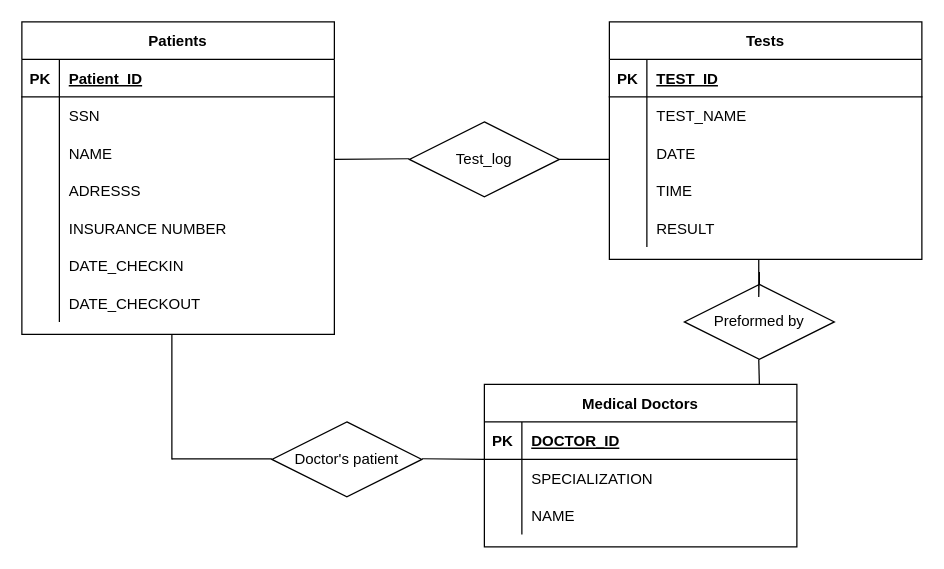
This is Untitled Diagram.drawio from angelica-martinez/Home, a draw.io file, before an edit. Source tidied: cells renumbered, new cells numbered last; positions are measured from the earlier drawing's top-left corner, leaving out a move shared by most shapes. Both pictures are drawn from the tidied source at 125%, with x=0, y=0 at pixel (21, 21).
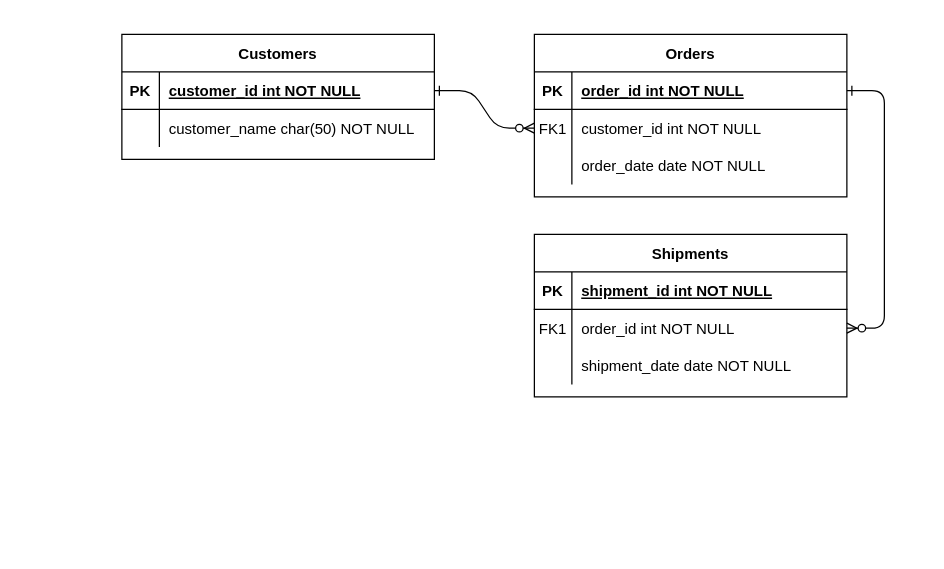
Above is the later version.

The change refers to these unchanged cells:
```xml
<mxCell id="3" style="shape=partialRectangle;fillColor=none;points=[[0,0.5],[1,0.5]];portConstraint=eastwest;top=0;left=0;right=0;bottom=1;" parent="2" vertex="1">
  <mxGeometry y="30" width="250" height="30" as="geometry" />
</mxCell>
<mxCell id="6" style="shape=partialRectangle;fillColor=none;points=[[0,0.5],[1,0.5]];portConstraint=eastwest;top=0;left=0;right=0;bottom=0;" parent="2" vertex="1">
  <mxGeometry y="60" width="250" height="30" as="geometry" />
</mxCell>
<mxCell id="9" style="shape=partialRectangle;fillColor=none;top=0;left=0;right=0;bottom=0;" parent="2" vertex="1">
  <mxGeometry y="90" width="250" height="30" as="geometry" />
</mxCell>
<mxCell id="13" style="shape=partialRectangle;fillColor=none;top=0;left=0;right=0;bottom=1;" parent="12" vertex="1">
  <mxGeometry y="30" width="250" height="30" as="geometry" />
</mxCell>
<mxCell id="16" style="shape=partialRectangle;fillColor=none;points=[[0,0.5],[1,0.5]];portConstraint=eastwest;top=0;left=0;right=0;bottom=0;" parent="12" vertex="1">
  <mxGeometry y="60" width="250" height="30" as="geometry" />
</mxCell>
<mxCell id="19" style="shape=partialRectangle;fillColor=none;top=0;left=0;right=0;bottom=0;" parent="12" vertex="1">
  <mxGeometry y="90" width="250" height="30" as="geometry" />
</mxCell>
<mxCell id="29" style="shape=partialRectangle;fillColor=none;points=[[0,0.5],[1,0.5]];portConstraint=eastwest;top=0;left=0;right=0;bottom=1;" parent="28" vertex="1">
  <mxGeometry y="30" width="250" height="30" as="geometry" />
</mxCell>
<mxCell id="32" style="shape=partialRectangle;fillColor=none;top=0;left=0;right=0;bottom=0;" parent="28" vertex="1">
  <mxGeometry y="60" width="250" height="30" as="geometry" />
</mxCell>
```

Diff of the diagram source:
```diff
@@
+    <mxCell id="60" style="edgeStyle=entityRelationEdgeStyle;endArrow=ERzeroToMany;startArrow=ERone;endFill=1;startFill=0;" parent="1" edge="1" source="29" target="6">
+      <mxGeometry relative="1" as="geometry" />
+    </mxCell>
+    <mxCell id="61" style="edgeStyle=entityRelationEdgeStyle;endArrow=ERzeroToMany;startArrow=ERone;endFill=1;startFill=0;" parent="1" edge="1" source="3" target="16">
+      <mxGeometry relative="1" as="geometry" />
+    </mxCell>
-    <mxCell id="2" value="Medical Doctors" style="shape=table;startSize=30;childLayout=tableLayout;rowLines=0;fontStyle=1;align=center;" parent="1" vertex="1">
-      <mxGeometry x="370" y="290" width="250" height="130" as="geometry" />
+    <mxCell id="2" value="Orders" style="shape=table;startSize=30;childLayout=tableLayout;rowLines=0;fontStyle=1;align=center;" parent="1" vertex="1">
+      <mxGeometry x="410" y="10" width="250" height="130" as="geometry" />
     </mxCell>
@@
-    <mxCell id="5" value="DOCTOR_ID" style="shape=partialRectangle;overflow=hidden;fillColor=none;top=0;left=0;bottom=0;right=0;align=left;spacingLeft=6;fontStyle=5;" parent="3" vertex="1">
+    <mxCell id="5" value="order_id int NOT NULL " style="shape=partialRectangle;overflow=hidden;fillColor=none;top=0;left=0;bottom=0;right=0;align=left;spacingLeft=6;fontStyle=5;" parent="3" vertex="1">
       <mxGeometry x="30" width="220" height="30" as="geometry" />
     </mxCell>
@@
-    <mxCell id="7" style="shape=partialRectangle;overflow=hidden;fillColor=none;top=0;left=0;bottom=0;right=0;" parent="6" vertex="1">
+    <mxCell id="7" value="FK1" style="shape=partialRectangle;overflow=hidden;fillColor=none;top=0;left=0;bottom=0;right=0;" parent="6" vertex="1">
       <mxGeometry width="30" height="30" as="geometry" />
     </mxCell>
-    <mxCell id="8" value="SPECIALIZATION" style="shape=partialRectangle;overflow=hidden;fillColor=none;top=0;left=0;bottom=0;right=0;align=left;spacingLeft=6;" parent="6" vertex="1">
+    <mxCell id="8" value="customer_id int NOT NULL" style="shape=partialRectangle;overflow=hidden;fillColor=none;top=0;left=0;bottom=0;right=0;align=left;spacingLeft=6;" parent="6" vertex="1">
       <mxGeometry x="30" width="220" height="30" as="geometry" />
     </mxCell>
@@
-    <mxCell id="11" value="NAME" style="shape=partialRectangle;overflow=hidden;fillColor=none;top=0;left=0;bottom=0;right=0;align=left;spacingLeft=6;" parent="9" vertex="1">
+    <mxCell id="11" value="order_date date NOT NULL" style="shape=partialRectangle;overflow=hidden;fillColor=none;top=0;left=0;bottom=0;right=0;align=left;spacingLeft=6;" parent="9" vertex="1">
       <mxGeometry x="30" width="220" height="30" as="geometry" />
     </mxCell>
-    <mxCell id="12" value="Tests" style="shape=table;startSize=30;childLayout=tableLayout;rowLines=0;fontStyle=1;align=center;" parent="1" vertex="1">
-      <mxGeometry x="470" width="250" height="190" as="geometry" />
+    <mxCell id="12" value="Shipments" style="shape=table;startSize=30;childLayout=tableLayout;rowLines=0;fontStyle=1;align=center;" parent="1" vertex="1">
+      <mxGeometry x="410" y="170" width="250" height="130" as="geometry" />
     </mxCell>
@@
-    <mxCell id="15" value="TEST_ID" style="shape=partialRectangle;overflow=hidden;fillColor=none;top=0;left=0;bottom=0;right=0;align=left;spacingLeft=6;fontStyle=5;" parent="13" vertex="1">
+    <mxCell id="15" value="shipment_id int NOT NULL " style="shape=partialRectangle;overflow=hidden;fillColor=none;top=0;left=0;bottom=0;right=0;align=left;spacingLeft=6;fontStyle=5;" parent="13" vertex="1">
       <mxGeometry x="30" width="220" height="30" as="geometry" />
     </mxCell>
@@
-    <mxCell id="17" style="shape=partialRectangle;overflow=hidden;fillColor=none;top=0;left=0;bottom=0;right=0;" parent="16" vertex="1">
+    <mxCell id="17" value="FK1" style="shape=partialRectangle;overflow=hidden;fillColor=none;top=0;left=0;bottom=0;right=0;" parent="16" vertex="1">
       <mxGeometry width="30" height="30" as="geometry" />
     </mxCell>
-    <mxCell id="18" value="TEST_NAME" style="shape=partialRectangle;overflow=hidden;fillColor=none;top=0;left=0;bottom=0;right=0;align=left;spacingLeft=6;" parent="16" vertex="1">
+    <mxCell id="18" value="order_id int NOT NULL" style="shape=partialRectangle;overflow=hidden;fillColor=none;top=0;left=0;bottom=0;right=0;align=left;spacingLeft=6;" parent="16" vertex="1">
       <mxGeometry x="30" width="220" height="30" as="geometry" />
     </mxCell>
@@
-    <mxCell id="21" value="DATE" style="shape=partialRectangle;overflow=hidden;fillColor=none;top=0;left=0;bottom=0;right=0;align=left;spacingLeft=6;" parent="19" vertex="1">
+    <mxCell id="21" value="shipment_date date NOT NULL" style="shape=partialRectangle;overflow=hidden;fillColor=none;top=0;left=0;bottom=0;right=0;align=left;spacingLeft=6;" parent="19" vertex="1">
       <mxGeometry x="30" width="220" height="30" as="geometry" />
     </mxCell>
-    <mxCell id="22" style="shape=partialRectangle;fillColor=none;top=0;left=0;right=0;bottom=0;" parent="12" vertex="1">
-      <mxGeometry y="120" width="250" height="30" as="geometry" />
-    </mxCell>
-    <mxCell id="23" style="shape=partialRectangle;overflow=hidden;fillColor=none;top=0;left=0;bottom=0;right=0;" parent="22" vertex="1">
-      <mxGeometry width="30" height="30" as="geometry" />
-    </mxCell>
-    <mxCell id="24" value="TIME" style="shape=partialRectangle;overflow=hidden;fillColor=none;top=0;left=0;bottom=0;right=0;align=left;spacingLeft=6;" parent="22" vertex="1">
-      <mxGeometry x="30" width="220" height="30" as="geometry" />
-    </mxCell>
-    <mxCell id="25" style="shape=partialRectangle;fillColor=none;top=0;left=0;right=0;bottom=0;" parent="12" vertex="1">
-      <mxGeometry y="150" width="250" height="30" as="geometry" />
-    </mxCell>
-    <mxCell id="26" style="shape=partialRectangle;overflow=hidden;fillColor=none;top=0;left=0;bottom=0;right=0;" parent="25" vertex="1">
-      <mxGeometry width="30" height="30" as="geometry" />
-    </mxCell>
-    <mxCell id="27" value="RESULT" style="shape=partialRectangle;overflow=hidden;fillColor=none;top=0;left=0;bottom=0;right=0;align=left;spacingLeft=6;" parent="25" vertex="1">
-      <mxGeometry x="30" width="220" height="30" as="geometry" />
-    </mxCell>
-    <mxCell id="28" value="Patients" style="shape=table;startSize=30;childLayout=tableLayout;rowLines=0;fontStyle=1;align=center;" parent="1" vertex="1">
-      <mxGeometry width="250" height="250" as="geometry" />
+    <mxCell id="28" value="Customers" style="shape=table;startSize=30;childLayout=tableLayout;rowLines=0;fontStyle=1;align=center;" parent="1" vertex="1">
+      <mxGeometry x="80" y="10" width="250" height="100" as="geometry" />
     </mxCell>
@@
-    <mxCell id="31" value="Patient_ID" style="shape=partialRectangle;overflow=hidden;fillColor=none;top=0;left=0;bottom=0;right=0;align=left;spacingLeft=6;fontStyle=5;" parent="29" vertex="1">
+    <mxCell id="31" value="customer_id int NOT NULL " style="shape=partialRectangle;overflow=hidden;fillColor=none;top=0;left=0;bottom=0;right=0;align=left;spacingLeft=6;fontStyle=5;" parent="29" vertex="1">
       <mxGeometry x="30" width="220" height="30" as="geometry" />
     </mxCell>
@@
-    <mxCell id="34" value="SSN" style="shape=partialRectangle;overflow=hidden;fillColor=none;top=0;left=0;bottom=0;right=0;align=left;spacingLeft=6;" parent="32" vertex="1">
+    <mxCell id="34" value="customer_name char(50) NOT NULL" style="shape=partialRectangle;overflow=hidden;fillColor=none;top=0;left=0;bottom=0;right=0;align=left;spacingLeft=6;" parent="32" vertex="1">
       <mxGeometry x="30" width="220" height="30" as="geometry" />
     </mxCell>
-    <mxCell id="35" style="shape=partialRectangle;fillColor=none;top=0;left=0;right=0;bottom=0;" parent="28" vertex="1">
-      <mxGeometry y="90" width="250" height="30" as="geometry" />
-    </mxCell>
-    <mxCell id="36" style="shape=partialRectangle;overflow=hidden;fillColor=none;top=0;left=0;bottom=0;right=0;" parent="35" vertex="1">
-      <mxGeometry width="30" height="30" as="geometry" />
-    </mxCell>
-    <mxCell id="37" value="NAME" style="shape=partialRectangle;overflow=hidden;fillColor=none;top=0;left=0;bottom=0;right=0;align=left;spacingLeft=6;" parent="35" vertex="1">
-      <mxGeometry x="30" width="220" height="30" as="geometry" />
-    </mxCell>
-    <mxCell id="38" style="shape=partialRectangle;fillColor=none;top=0;left=0;right=0;bottom=0;" parent="28" vertex="1">
-      <mxGeometry y="120" width="250" height="30" as="geometry" />
-    </mxCell>
-    <mxCell id="39" style="shape=partialRectangle;overflow=hidden;fillColor=none;top=0;left=0;bottom=0;right=0;" parent="38" vertex="1">
-      <mxGeometry width="30" height="30" as="geometry" />
-    </mxCell>
-    <mxCell id="40" value="ADRESSS" style="shape=partialRectangle;overflow=hidden;fillColor=none;top=0;left=0;bottom=0;right=0;align=left;spacingLeft=6;" parent="38" vertex="1">
-      <mxGeometry x="30" width="220" height="30" as="geometry" />
-    </mxCell>
-    <mxCell id="41" style="shape=partialRectangle;fillColor=none;top=0;left=0;right=0;bottom=0;" parent="28" vertex="1">
-      <mxGeometry y="150" width="250" height="30" as="geometry" />
-    </mxCell>
-    <mxCell id="42" style="shape=partialRectangle;overflow=hidden;fillColor=none;top=0;left=0;bottom=0;right=0;" parent="41" vertex="1">
-      <mxGeometry width="30" height="30" as="geometry" />
-    </mxCell>
-    <mxCell id="43" value="INSURANCE NUMBER" style="shape=partialRectangle;overflow=hidden;fillColor=none;top=0;left=0;bottom=0;right=0;align=left;spacingLeft=6;" parent="41" vertex="1">
-      <mxGeometry x="30" width="220" height="30" as="geometry" />
-    </mxCell>
-    <mxCell id="44" style="shape=partialRectangle;fillColor=none;top=0;left=0;right=0;bottom=0;" parent="28" vertex="1">
-      <mxGeometry y="180" width="250" height="30" as="geometry" />
-    </mxCell>
-    <mxCell id="45" style="shape=partialRectangle;overflow=hidden;fillColor=none;top=0;left=0;bottom=0;right=0;" parent="44" vertex="1">
-      <mxGeometry width="30" height="30" as="geometry" />
-    </mxCell>
-    <mxCell id="46" value="DATE_CHECKIN" style="shape=partialRectangle;overflow=hidden;fillColor=none;top=0;left=0;bottom=0;right=0;align=left;spacingLeft=6;" parent="44" vertex="1">
-      <mxGeometry x="30" width="220" height="30" as="geometry" />
-    </mxCell>
-    <mxCell id="47" style="shape=partialRectangle;fillColor=none;top=0;left=0;right=0;bottom=0;" parent="28" vertex="1">
-      <mxGeometry y="210" width="250" height="30" as="geometry" />
-    </mxCell>
-    <mxCell id="48" style="shape=partialRectangle;overflow=hidden;fillColor=none;top=0;left=0;bottom=0;right=0;" parent="47" vertex="1">
-      <mxGeometry width="30" height="30" as="geometry" />
-    </mxCell>
-    <mxCell id="49" value="DATE_CHECKOUT" style="shape=partialRectangle;overflow=hidden;fillColor=none;top=0;left=0;bottom=0;right=0;align=left;spacingLeft=6;" parent="47" vertex="1">
-      <mxGeometry x="30" width="220" height="30" as="geometry" />
-    </mxCell>
-    <mxCell id="50" value="Test_log" style="shape=rhombus;perimeter=rhombusPerimeter;whiteSpace=wrap;html=1;align=center;" parent="1" vertex="1">
-      <mxGeometry x="310" y="80" width="120" height="60" as="geometry" />
-    </mxCell>
-    <mxCell id="51" style="endArrow=none;html=1;" parent="1" edge="1">
-      <mxGeometry relative="1" as="geometry">
-        <mxPoint x="250" y="110" as="sourcePoint" />
-        <mxPoint x="310" y="109.5" as="targetPoint" />
-      </mxGeometry>
-    </mxCell>
-    <mxCell id="52" style="endArrow=none;html=1;" parent="1" edge="1">
-      <mxGeometry relative="1" as="geometry">
-        <mxPoint x="430" y="110" as="sourcePoint" />
-        <mxPoint x="470" y="110" as="targetPoint" />
-      </mxGeometry>
-    </mxCell>
-    <mxCell id="53" value="Doctor's patient" style="shape=rhombus;perimeter=rhombusPerimeter;whiteSpace=wrap;html=1;align=center;" parent="1" vertex="1">
-      <mxGeometry x="200" y="320" width="120" height="60" as="geometry" />
-    </mxCell>
-    <mxCell id="54" style="endArrow=none;html=1;rounded=0;" parent="1" edge="1">
-      <mxGeometry relative="1" as="geometry">
-        <mxPoint x="120" y="250" as="sourcePoint" />
-        <mxPoint x="120" y="350" as="targetPoint" />
-      </mxGeometry>
-    </mxCell>
-    <mxCell id="55" style="endArrow=none;html=1;rounded=0;" parent="1" edge="1">
-      <mxGeometry relative="1" as="geometry">
-        <mxPoint x="120" y="349.5" as="sourcePoint" />
-        <mxPoint x="200" y="349.5" as="targetPoint" />
-      </mxGeometry>
-    </mxCell>
-    <mxCell id="56" style="endArrow=none;html=1;rounded=0;" parent="1" edge="1">
-      <mxGeometry relative="1" as="geometry">
-        <mxPoint x="320" y="349.5" as="sourcePoint" />
-        <mxPoint x="370" y="350" as="targetPoint" />
-      </mxGeometry>
-    </mxCell>
-    <mxCell id="57" value="Preformed by" style="shape=rhombus;perimeter=rhombusPerimeter;whiteSpace=wrap;html=1;align=center;" parent="1" vertex="1">
-      <mxGeometry x="530" y="210" width="120" height="60" as="geometry" />
-    </mxCell>
-    <mxCell id="58" style="endArrow=none;html=1;rounded=0;" parent="1" edge="1">
-      <mxGeometry relative="1" as="geometry">
-        <mxPoint x="589.5" y="190" as="sourcePoint" />
-        <mxPoint x="590" y="210" as="targetPoint" />
-        <Array as="points">
-          <mxPoint x="589.5" y="220" />
-          <mxPoint x="590" y="200" />
-        </Array>
-      </mxGeometry>
-    </mxCell>
-    <mxCell id="59" style="endArrow=none;html=1;rounded=0;" parent="1" edge="1">
-      <mxGeometry relative="1" as="geometry">
-        <mxPoint x="589.5" y="270" as="sourcePoint" />
-        <mxPoint x="590" y="290" as="targetPoint" />
-      </mxGeometry>
-    </mxCell>
```
